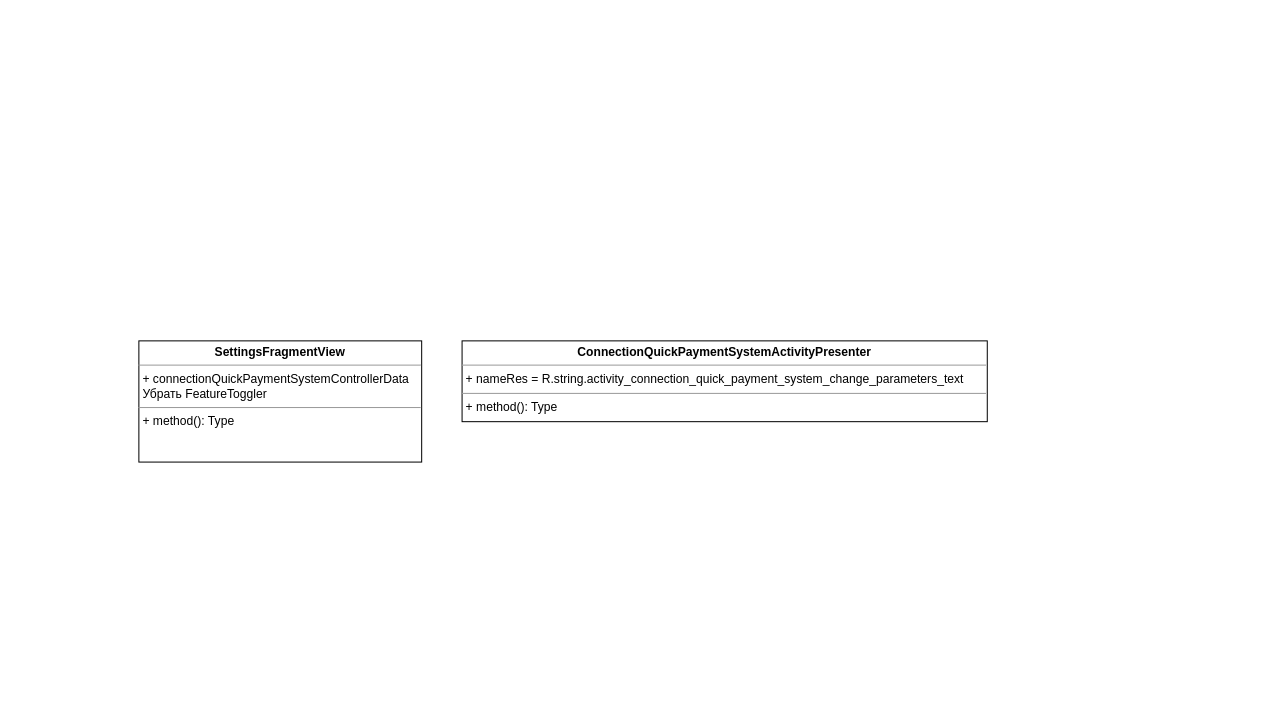
Above: UNI-14504.drawio in ShiryaevNikolay/diagrams (draw.io), before the change. Source tidied: cells renumbered, new cells numbered last; positions are measured from the earlier drawing's top-left corner, leaving out a move shared by most shapes. Both pictures are drawn from the tidied source at 101%, with x=0, y=0 at pixel (138, 340).
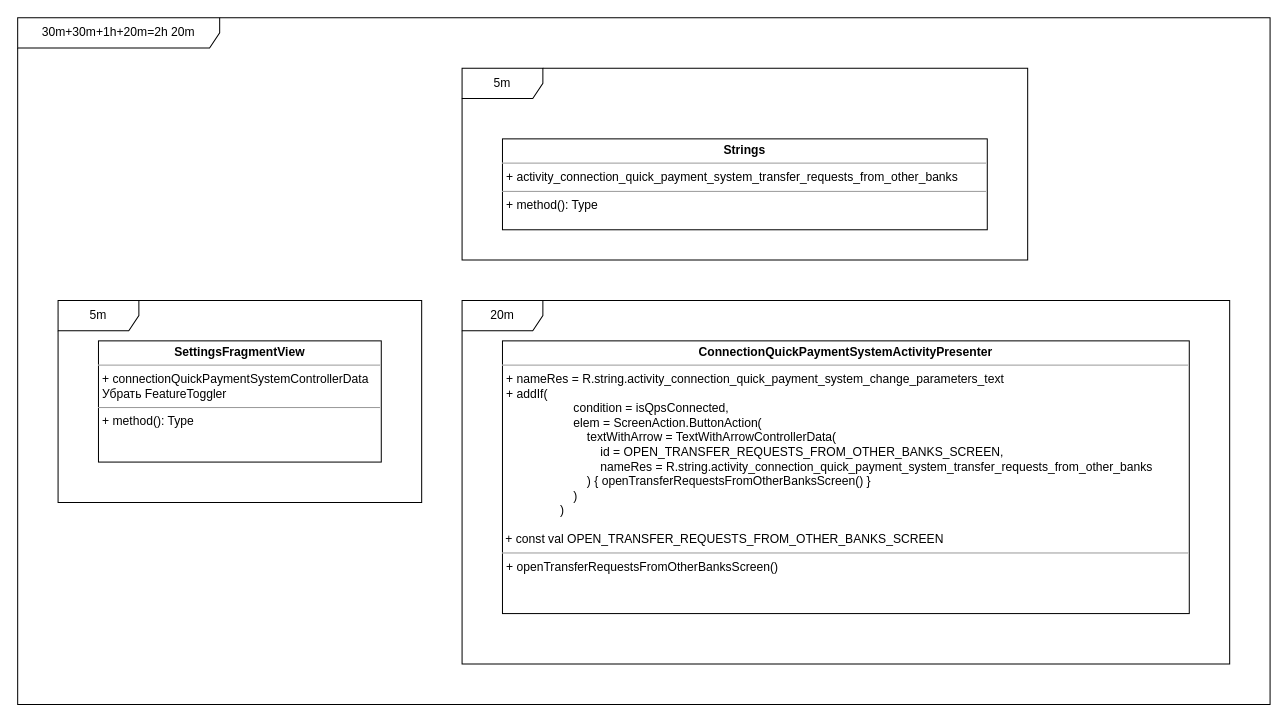
The same page after the edit.

The edit, as a diff of the source:
```diff
@@
 <mxGraphModel>
   <root>
     <mxCell id="0" />
     <mxCell id="1" parent="0" />
     <mxCell id="2" value="&lt;p style=&quot;margin: 0px ; margin-top: 4px ; text-align: center&quot;&gt;&lt;b&gt;SettingsFragmentView&lt;/b&gt;&lt;/p&gt;&lt;hr size=&quot;1&quot;&gt;&lt;p style=&quot;margin: 0px ; margin-left: 4px&quot;&gt;+ connectionQuickPaymentSystemControllerData&lt;/p&gt;&lt;p style=&quot;margin: 0px ; margin-left: 4px&quot;&gt;Убрать FeatureToggler&lt;br&gt;&lt;/p&gt;&lt;hr size=&quot;1&quot;&gt;&lt;p style=&quot;margin: 0px ; margin-left: 4px&quot;&gt;+ method(): Type&lt;/p&gt;" style="verticalAlign=top;align=left;overflow=fill;fontSize=12;fontFamily=Helvetica;html=1;" parent="1" vertex="1">
-      <mxGeometry width="280" height="120" as="geometry" />
+      <mxGeometry x="-40" width="280" height="120" as="geometry" />
     </mxCell>
-    <mxCell id="3" value="&lt;p style=&quot;margin: 0px ; margin-top: 4px ; text-align: center&quot;&gt;&lt;b&gt;ConnectionQuickPaymentSystemActivityPresenter&lt;/b&gt;&lt;/p&gt;&lt;hr size=&quot;1&quot;&gt;&lt;p style=&quot;margin: 0px ; margin-left: 4px&quot;&gt;+ nameRes = R.string.activity_connection_quick_payment_system_change_parameters_text&lt;br&gt;&lt;/p&gt;&lt;hr size=&quot;1&quot;&gt;&lt;p style=&quot;margin: 0px ; margin-left: 4px&quot;&gt;+ method(): Type&lt;/p&gt;" style="verticalAlign=top;align=left;overflow=fill;fontSize=12;fontFamily=Helvetica;html=1;" parent="1" vertex="1">
-      <mxGeometry x="320" width="520" height="80" as="geometry" />
+    <mxCell id="3" value="&lt;p style=&quot;margin: 0px ; margin-top: 4px ; text-align: center&quot;&gt;&lt;b&gt;ConnectionQuickPaymentSystemActivityPresenter&lt;/b&gt;&lt;/p&gt;&lt;hr size=&quot;1&quot;&gt;&lt;p style=&quot;margin: 0px ; margin-left: 4px&quot;&gt;+ nameRes = R.string.activity_connection_quick_payment_system_change_parameters_text&lt;/p&gt;&lt;p style=&quot;margin: 0px ; margin-left: 4px&quot;&gt;+ addIf(&lt;br&gt;&amp;nbsp;&amp;nbsp;&amp;nbsp;&amp;nbsp;&amp;nbsp;&amp;nbsp;&amp;nbsp;&amp;nbsp;&amp;nbsp;&amp;nbsp;&amp;nbsp;&amp;nbsp;&amp;nbsp;&amp;nbsp;&amp;nbsp;&amp;nbsp;&amp;nbsp;&amp;nbsp;&amp;nbsp; condition = isQpsConnected,&lt;br&gt;&amp;nbsp;&amp;nbsp;&amp;nbsp;&amp;nbsp;&amp;nbsp;&amp;nbsp;&amp;nbsp;&amp;nbsp;&amp;nbsp;&amp;nbsp;&amp;nbsp;&amp;nbsp;&amp;nbsp;&amp;nbsp;&amp;nbsp;&amp;nbsp;&amp;nbsp;&amp;nbsp;&amp;nbsp; elem = ScreenAction.ButtonAction(&lt;br&gt;&amp;nbsp;&amp;nbsp;&amp;nbsp;&amp;nbsp;&amp;nbsp;&amp;nbsp;&amp;nbsp;&amp;nbsp;&amp;nbsp;&amp;nbsp;&amp;nbsp;&amp;nbsp;&amp;nbsp;&amp;nbsp;&amp;nbsp;&amp;nbsp;&amp;nbsp;&amp;nbsp;&amp;nbsp;&amp;nbsp;&amp;nbsp;&amp;nbsp;&amp;nbsp; textWithArrow = TextWithArrowControllerData(&lt;br&gt;&amp;nbsp;&amp;nbsp;&amp;nbsp;&amp;nbsp;&amp;nbsp;&amp;nbsp;&amp;nbsp;&amp;nbsp;&amp;nbsp;&amp;nbsp;&amp;nbsp;&amp;nbsp;&amp;nbsp;&amp;nbsp;&amp;nbsp;&amp;nbsp;&amp;nbsp;&amp;nbsp;&amp;nbsp;&amp;nbsp;&amp;nbsp;&amp;nbsp;&amp;nbsp;&amp;nbsp;&amp;nbsp;&amp;nbsp;&amp;nbsp; id = OPEN_TRANSFER_REQUESTS_FROM_OTHER_BANKS_SCREEN,&lt;br&gt;&amp;nbsp;&amp;nbsp;&amp;nbsp;&amp;nbsp;&amp;nbsp;&amp;nbsp;&amp;nbsp;&amp;nbsp;&amp;nbsp;&amp;nbsp;&amp;nbsp;&amp;nbsp;&amp;nbsp;&amp;nbsp;&amp;nbsp;&amp;nbsp;&amp;nbsp;&amp;nbsp;&amp;nbsp;&amp;nbsp;&amp;nbsp;&amp;nbsp;&amp;nbsp;&amp;nbsp;&amp;nbsp;&amp;nbsp;&amp;nbsp; nameRes = R.string.activity_connection_quick_payment_system_transfer_requests_from_other_banks&lt;br&gt;&amp;nbsp;&amp;nbsp;&amp;nbsp;&amp;nbsp;&amp;nbsp;&amp;nbsp;&amp;nbsp;&amp;nbsp;&amp;nbsp;&amp;nbsp;&amp;nbsp;&amp;nbsp;&amp;nbsp;&amp;nbsp;&amp;nbsp;&amp;nbsp;&amp;nbsp;&amp;nbsp;&amp;nbsp;&amp;nbsp;&amp;nbsp;&amp;nbsp;&amp;nbsp; ) { openTransferRequestsFromOtherBanksScreen() }&lt;br&gt;&amp;nbsp;&amp;nbsp;&amp;nbsp;&amp;nbsp;&amp;nbsp;&amp;nbsp;&amp;nbsp;&amp;nbsp;&amp;nbsp;&amp;nbsp;&amp;nbsp;&amp;nbsp;&amp;nbsp;&amp;nbsp;&amp;nbsp;&amp;nbsp;&amp;nbsp;&amp;nbsp;&amp;nbsp; )&lt;br&gt;&amp;nbsp;&amp;nbsp;&amp;nbsp;&amp;nbsp;&amp;nbsp;&amp;nbsp;&amp;nbsp;&amp;nbsp;&amp;nbsp;&amp;nbsp;&amp;nbsp;&amp;nbsp;&amp;nbsp;&amp;nbsp;&amp;nbsp; )&lt;br&gt;&lt;/p&gt;&lt;div&gt;&lt;br&gt;&lt;/div&gt;&lt;div&gt;&amp;nbsp;+ const val OPEN_TRANSFER_REQUESTS_FROM_OTHER_BANKS_SCREEN&lt;br&gt;&lt;/div&gt;&lt;hr size=&quot;1&quot;&gt;&lt;p style=&quot;margin: 0px ; margin-left: 4px&quot;&gt;+ openTransferRequestsFromOtherBanksScreen()&lt;br&gt;&lt;/p&gt;" style="verticalAlign=top;align=left;overflow=fill;fontSize=12;fontFamily=Helvetica;html=1;" parent="1" vertex="1">
+      <mxGeometry x="360" width="680" height="270" as="geometry" />
     </mxCell>
+    <mxCell id="4" value="&lt;p style=&quot;margin: 0px ; margin-top: 4px ; text-align: center&quot;&gt;&lt;b&gt;Strings&lt;/b&gt;&lt;/p&gt;&lt;hr size=&quot;1&quot;&gt;&lt;p style=&quot;margin: 0px ; margin-left: 4px&quot;&gt;+ activity_connection_quick_payment_system_transfer_requests_from_other_banks&lt;br&gt;&lt;/p&gt;&lt;hr size=&quot;1&quot;&gt;&lt;p style=&quot;margin: 0px ; margin-left: 4px&quot;&gt;+ method(): Type&lt;/p&gt;" style="verticalAlign=top;align=left;overflow=fill;fontSize=12;fontFamily=Helvetica;html=1;" parent="1" vertex="1">
+      <mxGeometry x="360" y="-200" width="480" height="90" as="geometry" />
+    </mxCell>
+    <mxCell id="5" value="5m" style="shape=umlFrame;whiteSpace=wrap;html=1;width=80;height=30;" parent="1" vertex="1">
+      <mxGeometry x="320" y="-270" width="560" height="190" as="geometry" />
+    </mxCell>
+    <mxCell id="6" value="20m" style="shape=umlFrame;whiteSpace=wrap;html=1;width=80;height=30;" parent="1" vertex="1">
+      <mxGeometry x="320" y="-40" width="760" height="360" as="geometry" />
+    </mxCell>
+    <mxCell id="7" value="5m" style="shape=umlFrame;whiteSpace=wrap;html=1;width=80;height=30;" parent="1" vertex="1">
+      <mxGeometry x="-80" y="-40" width="360" height="200" as="geometry" />
+    </mxCell>
+    <mxCell id="8" value="30m+30m+1h+20m=2h 20m" style="shape=umlFrame;whiteSpace=wrap;html=1;width=200;height=30;" parent="1" vertex="1">
+      <mxGeometry x="-120" y="-320" width="1240" height="680" as="geometry" />
+    </mxCell>
   </root>
 </mxGraphModel>
```
